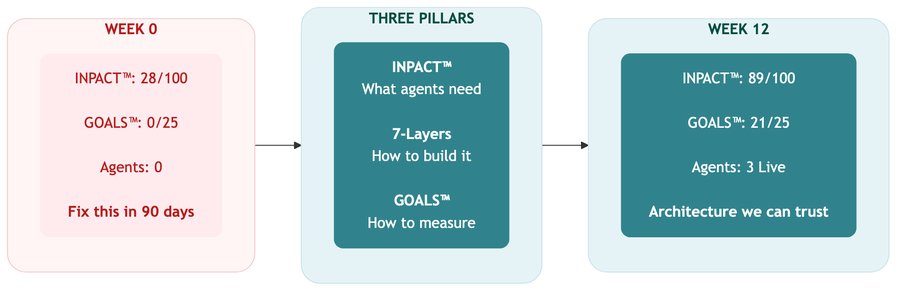
The Mermaid diagram manuscript/figures/09_chapter_8_architecture_of_trust_in_action-diagram-11.png in saitejesh-cyber/trust-before-intelligence-book, before a commit. Its source is kept beside it as mermaid-source/09_chapter_8_architecture_of_trust_in_action-diagram-11.mmd.
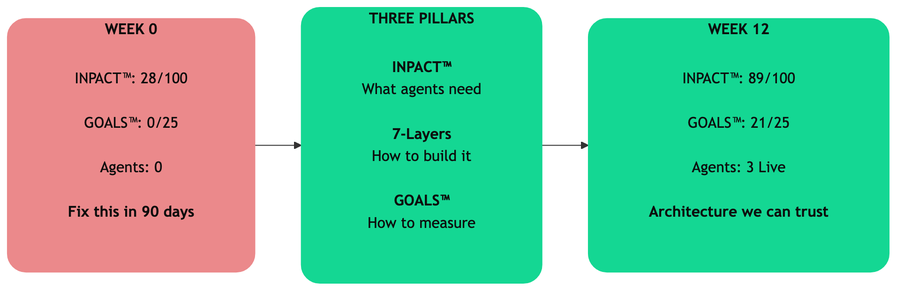
Later version of the same file.

Diff of the diagram source:
```diff
@@ -16,9 +16,9 @@
 
   BEFORE --> PILLARS --> AFTER
 
-  style BEFORE fill:#fff5f5,stroke:#f2caca,stroke-width:1px,color:#b71c1c,rx:20,ry:20
-  style PILLARS fill:#e6f3f6,stroke:#c7e3ea,stroke-width:1px,color:#004d40,rx:20,ry:20
-  style AFTER fill:#e6f3f6,stroke:#c7e3ea,stroke-width:1px,color:#004d40,rx:20,ry:20
-  style B1 fill:#ffebee,stroke:none,color:#b71c1c,rx:10,ry:10
-  style P1 fill:#30838C,stroke:none,color:#ffffff,rx:10,ry:10
-  style A1 fill:#30838C,stroke:none,color:#ffffff,rx:10,ry:10
+  style BEFORE fill:#EB898B,stroke:#EB898B,stroke-width:1px,color:#0D0D0D,rx:20,ry:20
+  style PILLARS fill:#14D793,stroke:#14D793,stroke-width:1px,color:#0D0D0D,rx:20,ry:20
+  style AFTER fill:#14D793,stroke:#14D793,stroke-width:1px,color:#0D0D0D,rx:20,ry:20
+  style B1 fill:#EB898B,stroke:none,color:#0D0D0D,rx:10,ry:10
+  style P1 fill:#14D793,stroke:none,color:#0D0D0D,rx:10,ry:10
+  style A1 fill:#14D793,stroke:none,color:#0D0D0D,rx:10,ry:10
```
